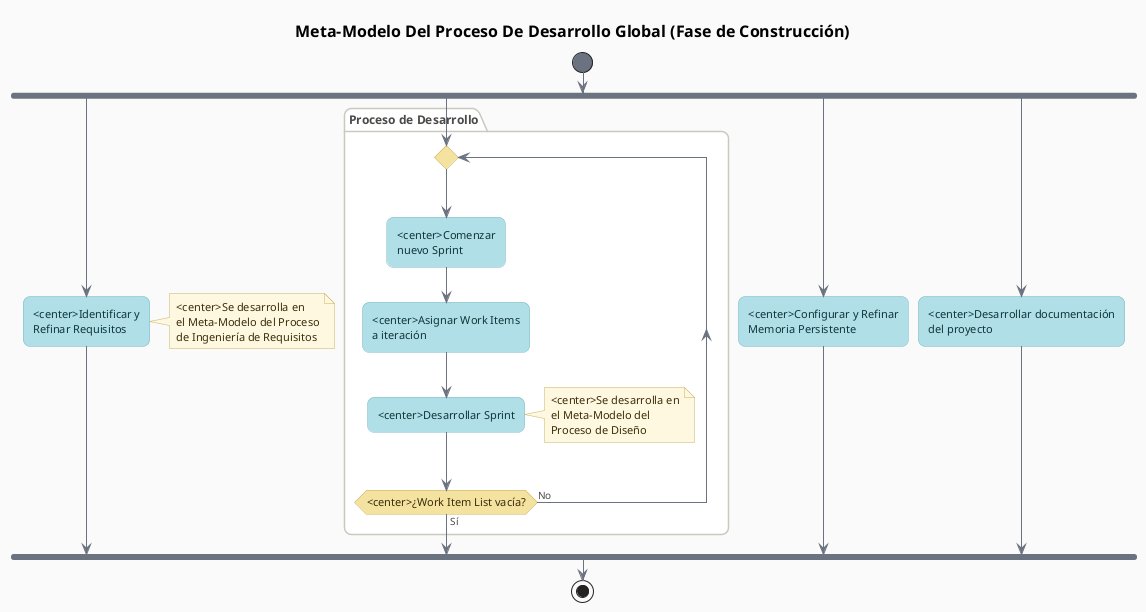
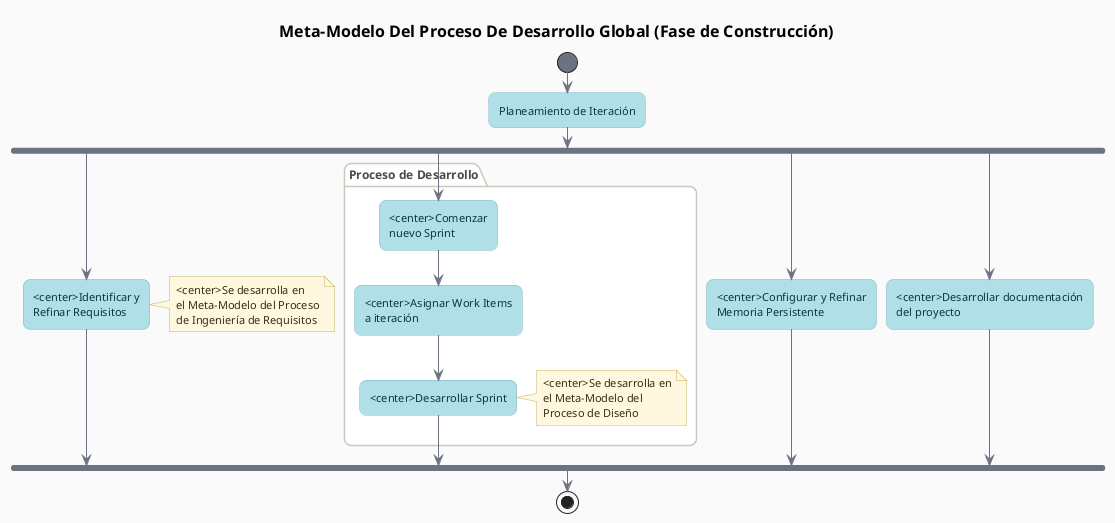
@startuml FaseConstruccion
title  Meta-Modelo Del Proceso De Desarrollo Global (Fase de Construcción)

' === Modern soft theme ===
skinparam backgroundColor #FAFAFA
skinparam defaultFontName Helvetica
skinparam defaultFontSize 11
skinparam titleFontSize 16
skinparam titleFontStyle bold
skinparam shadowing false
skinparam roundCorner 14
skinparam linetype polyline

skinparam activity {
    BackgroundColor       #B0DFE8
    BorderColor           #7DB9C5
    FontColor             #0F3539
    FontName              Helvetica
    FontSize              11
    DiamondBackgroundColor #F4E2A0
    DiamondBorderColor    #C9B05E
    DiamondFontColor      #3A2E0A
    StartColor            #6B7280
    EndColor              #6B7280
    BarColor              #6B7280
}

skinparam partition {
    BackgroundColor #FFFFFF
    BorderColor     #C9C9BE
    FontColor       #4A4A48
    FontStyle       bold
    FontSize        12
}

skinparam arrow {
    Color     #6B7280
    FontColor #4A4A48
    FontSize  10
    Thickness 1
}

skinparam note {
    BackgroundColor #FFF8E1
    BorderColor     #C9B05E
    FontColor       #3A2E0A
}

' FASE CONSTRUCTION
start
+ :Planeamiento de Iteración;
fork
    :<center>Identificar y\nRefinar Requisitos;
    note right:<center>Se desarrolla en\nel Meta-Modelo del Proceso\nde Ingeniería de Requisitos
fork again
-     package Proceso de Desarrollo {
-         repeat
-             :<center>Comenzar\nnuevo Sprint;
-             :<center>Asignar Work Items\na iteración;
-             :<center>Desarrollar Sprint;
-             note right:<center>Se desarrolla en\nel Meta-Modelo del\nProceso de Diseño
-         repeat while (<center>¿Work Item List vacía?) is (No) not (Sí)
-     }
+ package Proceso de Desarrollo {
+     :<center>Comenzar\nnuevo Sprint;
+     :<center>Asignar Work Items\na iteración;
+     :<center>Desarrollar Sprint;
+     note right:<center>Se desarrolla en\nel Meta-Modelo del\nProceso de Diseño
+ }
fork again
    :<center>Configurar y Refinar\nMemoria Persistente;
fork again
    :<center>Desarrollar documentación\ndel proyecto;
endfork
stop

@enduml
